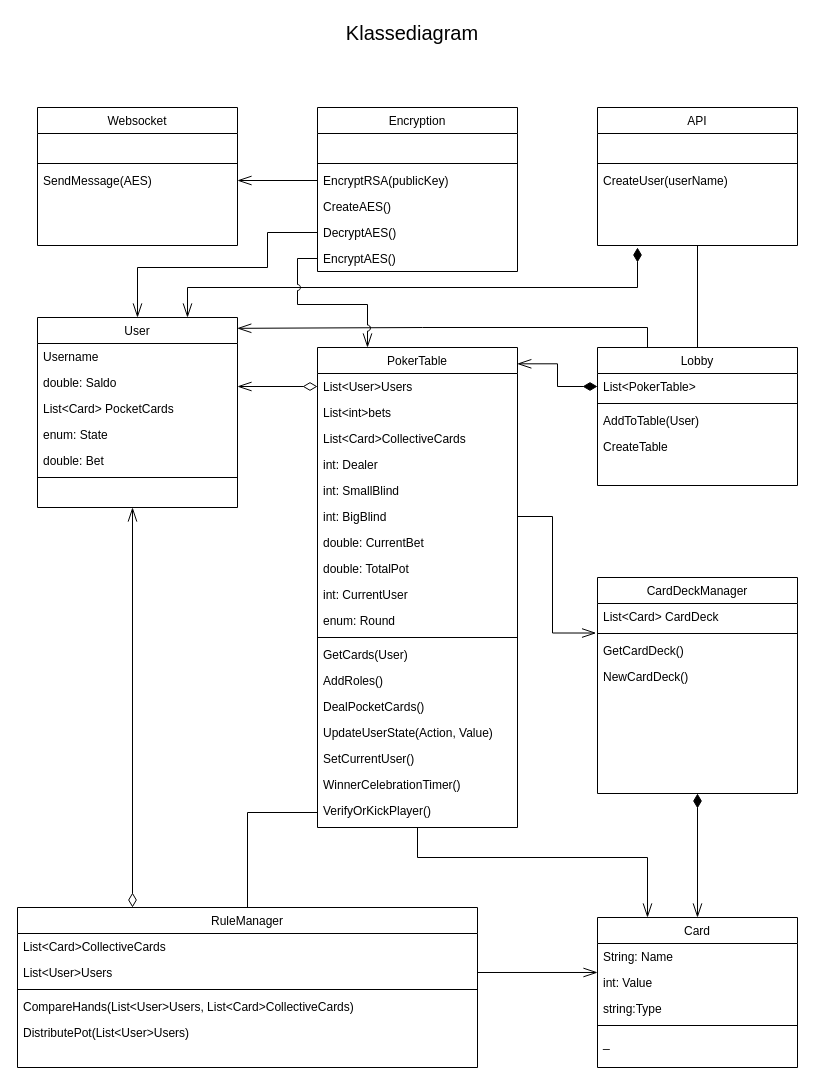
Before: Dokumentation/Klasse Diagram.drawio in AndreasBollNielsen/PinkLadiesPoker_GameEngine, a draw.io diagram. Source tidied: cells renumbered, new cells numbered last; positions are measured from the earlier drawing's top-left corner, leaving out a move shared by most shapes. Both pictures are drawn from the tidied source at 100%, with x=0, y=0 at pixel (17, 17).
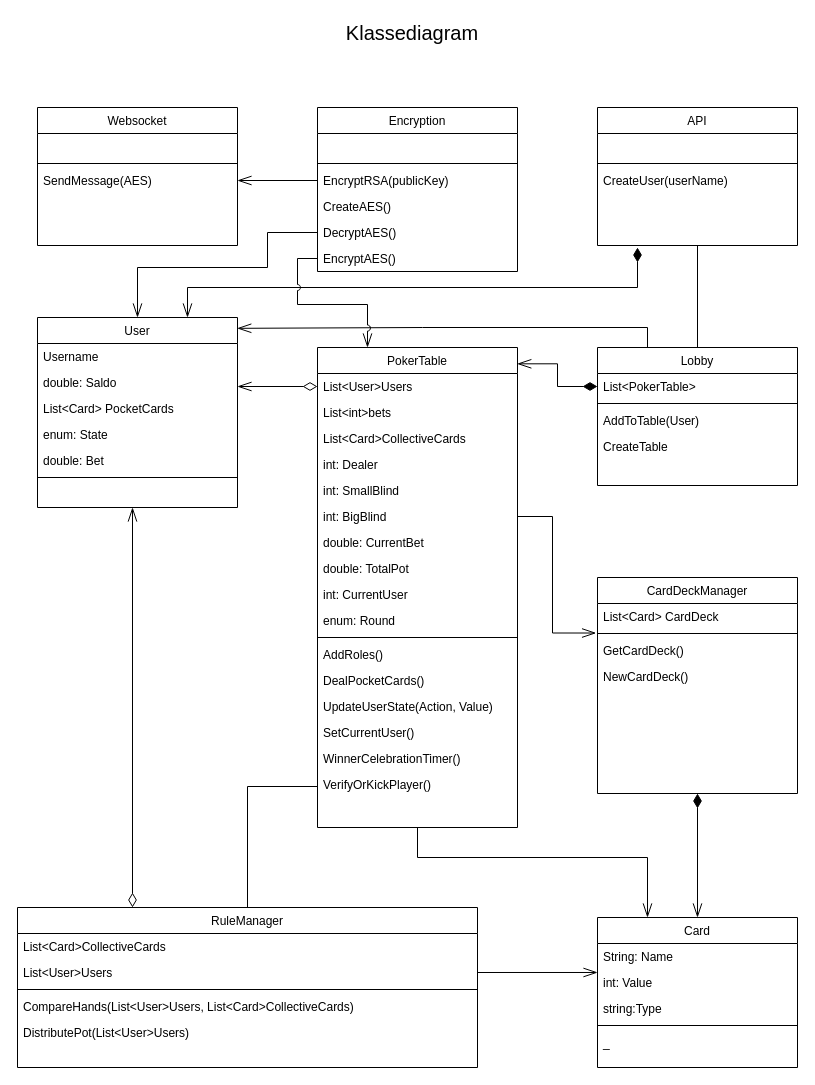
The same page after the edit.

Unchanged cells that the change refers to:
```xml
<mxCell id="33" value="PokerTable" style="swimlane;fontStyle=0;align=center;verticalAlign=top;horizontal=1;startSize=26;rounded=0;shadow=0;strokeWidth=1;" parent="1" vertex="1">
  <mxGeometry x="300" y="330" width="200" height="480" as="geometry" />
</mxCell>
```

The edit, as a diff of the source:
```diff
@@
-    <mxCell id="45" value="GetCards(User)" style="text;align=left;verticalAlign=top;spacingLeft=4;spacingRight=4;overflow=hidden;" parent="33" vertex="1">
-      <mxGeometry y="294" width="200" height="26" as="geometry" />
-    </mxCell>
     <mxCell id="46" value="AddRoles()" style="text;align=left;verticalAlign=top;spacingLeft=4;spacingRight=4;overflow=hidden;" parent="33" vertex="1">
-      <mxGeometry y="320" width="200" height="26" as="geometry" />
+      <mxGeometry y="294" width="200" height="26" as="geometry" />
     </mxCell>
     <mxCell id="47" value="DealPocketCards()" style="text;align=left;verticalAlign=top;spacingLeft=4;spacingRight=4;overflow=hidden;" parent="33" vertex="1">
-      <mxGeometry y="346" width="200" height="26" as="geometry" />
+      <mxGeometry y="320" width="200" height="26" as="geometry" />
     </mxCell>
     <mxCell id="48" value="UpdateUserState(Action, Value)" style="text;align=left;verticalAlign=top;spacingLeft=4;spacingRight=4;overflow=hidden;" parent="33" vertex="1">
-      <mxGeometry y="372" width="200" height="26" as="geometry" />
+      <mxGeometry y="346" width="200" height="26" as="geometry" />
     </mxCell>
     <mxCell id="49" value="SetCurrentUser()" style="text;align=left;verticalAlign=top;spacingLeft=4;spacingRight=4;overflow=hidden;" parent="33" vertex="1">
-      <mxGeometry y="398" width="200" height="26" as="geometry" />
+      <mxGeometry y="372" width="200" height="26" as="geometry" />
     </mxCell>
     <mxCell id="50" value="WinnerCelebrationTimer()" style="text;align=left;verticalAlign=top;spacingLeft=4;spacingRight=4;overflow=hidden;" parent="33" vertex="1">
-      <mxGeometry y="424" width="200" height="26" as="geometry" />
+      <mxGeometry y="398" width="200" height="26" as="geometry" />
     </mxCell>
     <mxCell id="51" value="VerifyOrKickPlayer()" style="text;align=left;verticalAlign=top;spacingLeft=4;spacingRight=4;overflow=hidden;points=[[0,0.5],[1,0.5]];portConstraint=eastwest;" parent="33" vertex="1">
-      <mxGeometry y="450" width="200" height="30" as="geometry" />
+      <mxGeometry y="424" width="200" height="30" as="geometry" />
     </mxCell>
```
